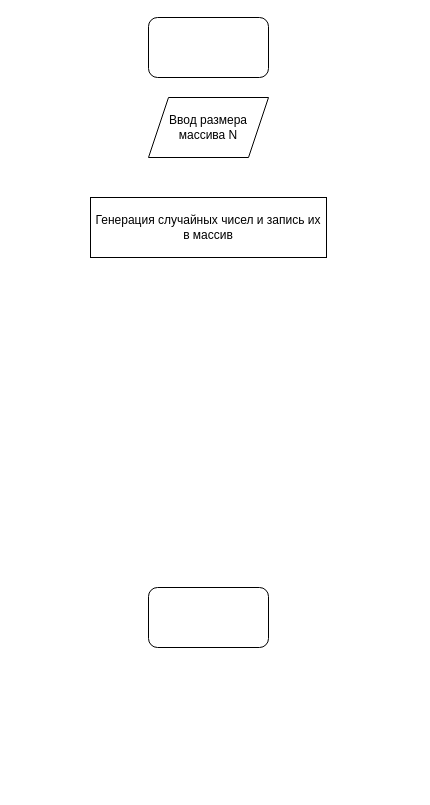
The draw.io diagram seminar_2.1.drawio in nikul1ch/diagram, before the edit. Source tidied: cells renumbered, new cells numbered last; positions are measured from the earlier drawing's top-left corner, leaving out a move shared by most shapes. Both pictures are drawn from the tidied source at 100%, with x=0, y=0 at pixel (90, 17).
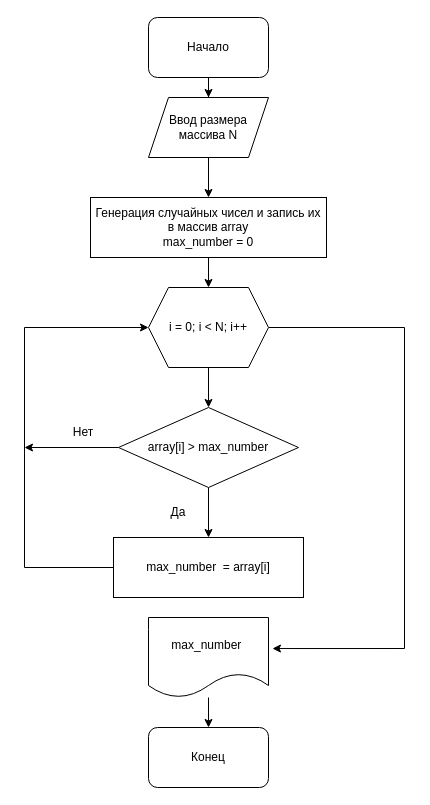
Above is the later version.

Unchanged cells that the change refers to:
```xml
<mxCell id="5" value="Ввод размера массива N" style="shape=parallelogram;perimeter=parallelogramPerimeter;whiteSpace=wrap;html=1;fixedSize=1;" parent="1" vertex="1">
  <mxGeometry x="58" y="80" width="120" height="60" as="geometry" />
</mxCell>
```

Diff of the diagram source:
```diff
@@
+    <mxCell id="6" style="edgeStyle=orthogonalEdgeStyle;rounded=0;jettySize=auto;html=1;" parent="1" edge="1" source="2" target="5">
+      <mxGeometry relative="1" as="geometry" />
+    </mxCell>
-    <mxCell id="2" style="rounded=1;whiteSpace=wrap;html=1;" parent="1" vertex="1">
+    <mxCell id="2" value="Начало" style="rounded=1;whiteSpace=wrap;html=1;" parent="1" vertex="1">
       <mxGeometry x="58" width="120" height="60" as="geometry" />
     </mxCell>
-    <mxCell id="3" style="rounded=1;whiteSpace=wrap;html=1;" parent="1" vertex="1">
-      <mxGeometry x="58" y="570" width="120" height="60" as="geometry" />
+    <mxCell id="3" value="Конец" style="rounded=1;whiteSpace=wrap;html=1;" parent="1" vertex="1">
+      <mxGeometry x="58" y="710" width="120" height="60" as="geometry" />
     </mxCell>
+    <mxCell id="7" style="edgeStyle=orthogonalEdgeStyle;rounded=0;jettySize=auto;html=1;" parent="1" edge="1" source="4" target="11">
+      <mxGeometry relative="1" as="geometry" />
+    </mxCell>
-    <mxCell id="4" value="Генерация случайных чисел и запись их в массив" style="rounded=0;whiteSpace=wrap;html=1;" parent="1" vertex="1">
+    <mxCell id="4" value="Генерация случайных чисел и запись их в массив array&lt;br&gt;max_number = 0" style="rounded=0;whiteSpace=wrap;html=1;" parent="1" vertex="1">
       <mxGeometry y="180" width="236" height="60" as="geometry" />
     </mxCell>
+    <mxCell id="8" style="edgeStyle=orthogonalEdgeStyle;rounded=0;jettySize=auto;html=1;" parent="1" edge="1" source="5" target="4">
+      <mxGeometry relative="1" as="geometry" />
+    </mxCell>
@@
+    <mxCell id="9" style="edgeStyle=orthogonalEdgeStyle;rounded=0;jettySize=auto;html=1;entryX=1.033;entryY=0.388;entryDx=0;entryDy=0;entryPerimeter=0;" parent="1" edge="1" source="11" target="20">
+      <mxGeometry relative="1" as="geometry">
+        <Array as="points">
+          <mxPoint x="314" y="310" />
+          <mxPoint x="314" y="631" />
+        </Array>
+      </mxGeometry>
+    </mxCell>
+    <mxCell id="10" style="edgeStyle=orthogonalEdgeStyle;rounded=0;jettySize=auto;html=1;entryX=0.5;entryY=0;entryDx=0;entryDy=0;" parent="1" edge="1" source="11" target="14">
+      <mxGeometry relative="1" as="geometry" />
+    </mxCell>
+    <mxCell id="11" value="i = 0; i &amp;lt; N; i++" style="shape=hexagon;perimeter=hexagonPerimeter2;whiteSpace=wrap;html=1;fixedSize=1;" parent="1" vertex="1">
+      <mxGeometry x="58" y="270" width="120" height="80" as="geometry" />
+    </mxCell>
+    <mxCell id="12" style="edgeStyle=orthogonalEdgeStyle;rounded=0;jettySize=auto;html=1;" parent="1" edge="1" source="14" target="16">
+      <mxGeometry relative="1" as="geometry" />
+    </mxCell>
+    <mxCell id="13" style="edgeStyle=orthogonalEdgeStyle;rounded=0;jettySize=auto;html=1;" parent="1" edge="1" source="14">
+      <mxGeometry relative="1" as="geometry">
+        <mxPoint x="-66" y="430" as="targetPoint" />
+      </mxGeometry>
+    </mxCell>
+    <mxCell id="14" value="array[i] &amp;gt; max_number" style="rhombus;whiteSpace=wrap;html=1;" parent="1" vertex="1">
+      <mxGeometry x="28" y="390" width="180" height="80" as="geometry" />
+    </mxCell>
+    <mxCell id="15" style="edgeStyle=orthogonalEdgeStyle;rounded=0;jettySize=auto;html=1;entryX=0;entryY=0.5;entryDx=0;entryDy=0;" parent="1" edge="1" source="16" target="11">
+      <mxGeometry relative="1" as="geometry">
+        <Array as="points">
+          <mxPoint x="-66" y="550" />
+          <mxPoint x="-66" y="310" />
+        </Array>
+      </mxGeometry>
+    </mxCell>
+    <mxCell id="16" value="max_number&amp;nbsp; = array[i]" style="whiteSpace=wrap;html=1;" parent="1" vertex="1">
+      <mxGeometry x="23" y="520" width="190" height="60" as="geometry" />
+    </mxCell>
+    <mxCell id="17" value="Нет" style="text;html=1;strokeColor=none;fillColor=none;align=center;verticalAlign=middle;whiteSpace=wrap;rounded=0;" parent="1" vertex="1">
+      <mxGeometry x="-37" y="400" width="60" height="30" as="geometry" />
+    </mxCell>
+    <mxCell id="18" value="Да" style="text;html=1;strokeColor=none;fillColor=none;align=center;verticalAlign=middle;whiteSpace=wrap;rounded=0;" parent="1" vertex="1">
+      <mxGeometry x="58" y="480" width="60" height="30" as="geometry" />
+    </mxCell>
+    <mxCell id="19" style="edgeStyle=orthogonalEdgeStyle;rounded=0;jettySize=auto;html=1;" parent="1" edge="1" source="20" target="3">
+      <mxGeometry relative="1" as="geometry" />
+    </mxCell>
+    <mxCell id="20" value="max_number&amp;nbsp;" style="shape=document;whiteSpace=wrap;html=1;boundedLbl=1;" parent="1" vertex="1">
+      <mxGeometry x="58" y="600" width="120" height="80" as="geometry" />
+    </mxCell>
```
